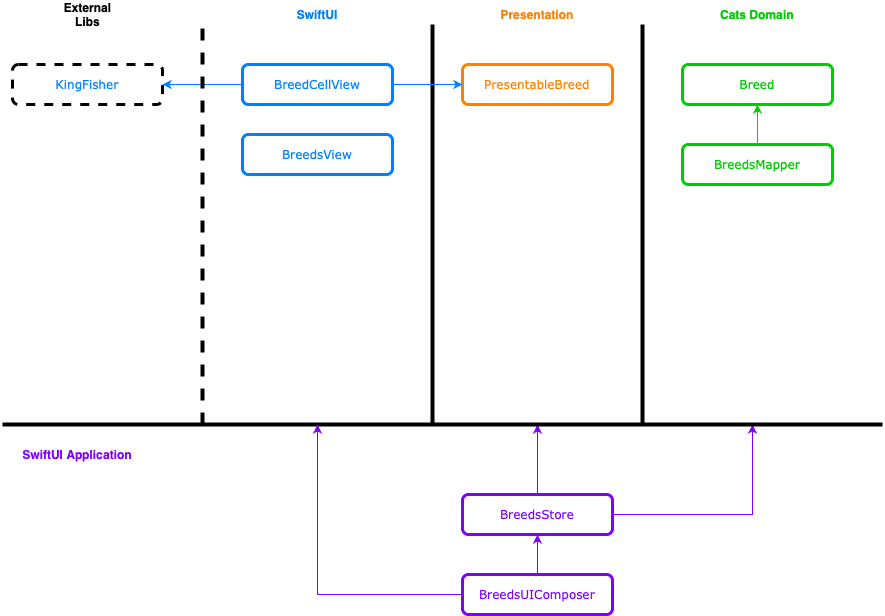
This is CatsApp.png from AlfredoHernandez/CatsApp, a draw.io export, as it was before one commit. Source tidied: cells renumbered, new cells last; positions are measured from the earlier drawing's top-left corner, leaving out a move shared by most shapes. Source of this version:
```xml
<mxGraphModel>
  <root>
    <mxCell id="0" />
    <mxCell id="1" parent="0" />
    <mxCell id="2" value="&lt;font face=&quot;Verdana&quot; color=&quot;#ff8000&quot;&gt;PresentableBreed&lt;/font&gt;" style="rounded=1;whiteSpace=wrap;html=1;fillColor=none;strokeColor=#FF8000;strokeWidth=3;" parent="1" vertex="1">
      <mxGeometry x="460" y="60" width="150" height="40" as="geometry" />
    </mxCell>
    <mxCell id="3" value="&lt;font face=&quot;Verdana&quot; color=&quot;#00cc00&quot;&gt;Breed&lt;/font&gt;" style="rounded=1;whiteSpace=wrap;html=1;strokeColor=#00CC00;fillColor=none;strokeWidth=3;" parent="1" vertex="1">
      <mxGeometry x="680" y="60" width="150" height="40" as="geometry" />
    </mxCell>
    <mxCell id="4" style="edgeStyle=orthogonalEdgeStyle;rounded=0;jettySize=auto;html=1;strokeWidth=1;strokeColor=#00CC00;" parent="1" edge="1" source="5" target="3">
      <mxGeometry relative="1" as="geometry" />
    </mxCell>
    <mxCell id="5" value="&lt;font face=&quot;Verdana&quot; color=&quot;#00cc00&quot;&gt;BreedsMapper&lt;/font&gt;" style="rounded=1;whiteSpace=wrap;html=1;strokeColor=#00CC00;fillColor=none;strokeWidth=3;" parent="1" vertex="1">
      <mxGeometry x="680" y="140" width="150" height="40" as="geometry" />
    </mxCell>
    <mxCell id="6" style="endArrow=none;html=1;strokeWidth=4;" parent="1" edge="1">
      <mxGeometry relative="1" as="geometry">
        <mxPoint x="640" y="420" as="sourcePoint" />
        <mxPoint x="640" y="20" as="targetPoint" />
      </mxGeometry>
    </mxCell>
    <mxCell id="7" style="endArrow=none;html=1;strokeWidth=4;" parent="1" edge="1">
      <mxGeometry relative="1" as="geometry">
        <mxPoint x="430" y="420" as="sourcePoint" />
        <mxPoint x="430" y="20" as="targetPoint" />
      </mxGeometry>
    </mxCell>
    <mxCell id="8" value="&lt;font face=&quot;Verdana&quot; color=&quot;#007fff&quot;&gt;BreedsView&lt;/font&gt;" style="rounded=1;whiteSpace=wrap;html=1;fillColor=none;strokeWidth=3;strokeColor=#007FFF;" parent="1" vertex="1">
      <mxGeometry x="240" y="130" width="150" height="40" as="geometry" />
    </mxCell>
    <mxCell id="9" style="edgeStyle=orthogonalEdgeStyle;rounded=0;jettySize=auto;html=1;entryX=0;entryY=0.5;entryDx=0;entryDy=0;strokeWidth=1;strokeColor=#007FFF;" parent="1" edge="1" source="11" target="2">
      <mxGeometry relative="1" as="geometry" />
    </mxCell>
    <mxCell id="10" style="edgeStyle=orthogonalEdgeStyle;rounded=0;jettySize=auto;html=1;entryX=1;entryY=0.5;entryDx=0;entryDy=0;strokeColor=#007FFF;strokeWidth=1;" parent="1" edge="1" source="11" target="16">
      <mxGeometry relative="1" as="geometry" />
    </mxCell>
    <mxCell id="11" value="&lt;font face=&quot;Verdana&quot; color=&quot;#007fff&quot;&gt;BreedCellView&lt;/font&gt;" style="rounded=1;whiteSpace=wrap;html=1;fillColor=none;strokeWidth=3;strokeColor=#007FFF;" parent="1" vertex="1">
      <mxGeometry x="240" y="60" width="150" height="40" as="geometry" />
    </mxCell>
    <mxCell id="12" style="edgeStyle=orthogonalEdgeStyle;rounded=0;jettySize=auto;html=1;strokeColor=#7F00FF;strokeWidth=1;" parent="1" edge="1" source="14">
      <mxGeometry relative="1" as="geometry">
        <mxPoint x="750" y="420" as="targetPoint" />
      </mxGeometry>
    </mxCell>
    <mxCell id="13" style="edgeStyle=orthogonalEdgeStyle;rounded=0;jettySize=auto;html=1;strokeColor=#7F00FF;strokeWidth=1;" parent="1" edge="1" source="14">
      <mxGeometry relative="1" as="geometry">
        <mxPoint x="535" y="420" as="targetPoint" />
      </mxGeometry>
    </mxCell>
    <mxCell id="14" value="&lt;font face=&quot;Verdana&quot; color=&quot;#7f00ff&quot;&gt;BreedsStore&lt;/font&gt;" style="rounded=1;whiteSpace=wrap;html=1;fillColor=none;strokeWidth=3;strokeColor=#7F00FF;" parent="1" vertex="1">
      <mxGeometry x="460" y="490" width="150" height="40" as="geometry" />
    </mxCell>
    <mxCell id="15" style="endArrow=none;html=1;strokeWidth=4;dashed=1;" parent="1" edge="1">
      <mxGeometry relative="1" as="geometry">
        <mxPoint x="200" y="420" as="sourcePoint" />
        <mxPoint x="200" y="20" as="targetPoint" />
      </mxGeometry>
    </mxCell>
    <mxCell id="16" value="&lt;font color=&quot;#007fff&quot; face=&quot;Verdana&quot;&gt;&lt;span&gt;KingFisher&lt;/span&gt;&lt;/font&gt;" style="rounded=1;whiteSpace=wrap;html=1;fillColor=none;strokeWidth=3;dashed=1;" parent="1" vertex="1">
      <mxGeometry x="10" y="60" width="150" height="40" as="geometry" />
    </mxCell>
    <mxCell id="17" value="&lt;font color=&quot;#007fff&quot;&gt;&lt;b&gt;SwiftUI&lt;/b&gt;&lt;/font&gt;" style="text;html=1;strokeColor=none;fillColor=none;align=center;verticalAlign=middle;whiteSpace=wrap;rounded=0;dashed=1;" parent="1" vertex="1">
      <mxGeometry x="295" width="40" height="20" as="geometry" />
    </mxCell>
    <mxCell id="18" value="&lt;b&gt;&lt;font color=&quot;#ff8000&quot;&gt;Presentation&lt;/font&gt;&lt;/b&gt;" style="text;html=1;strokeColor=none;fillColor=none;align=center;verticalAlign=middle;whiteSpace=wrap;rounded=0;dashed=1;" parent="1" vertex="1">
      <mxGeometry x="515" width="40" height="20" as="geometry" />
    </mxCell>
    <mxCell id="19" value="&lt;font color=&quot;#00cc00&quot;&gt;&lt;b&gt;Cats Domain&lt;/b&gt;&lt;/font&gt;" style="text;html=1;strokeColor=none;fillColor=none;align=center;verticalAlign=middle;whiteSpace=wrap;rounded=0;dashed=1;" parent="1" vertex="1">
      <mxGeometry x="700" width="110" height="20" as="geometry" />
    </mxCell>
    <mxCell id="20" style="endArrow=none;html=1;strokeWidth=4;" parent="1" edge="1">
      <mxGeometry relative="1" as="geometry">
        <mxPoint x="880" y="420" as="sourcePoint" />
        <mxPoint y="420" as="targetPoint" />
      </mxGeometry>
    </mxCell>
    <mxCell id="21" value="&lt;b&gt;&lt;font color=&quot;#7f00ff&quot;&gt;SwiftUI Application&lt;/font&gt;&lt;/b&gt;" style="text;html=1;strokeColor=none;fillColor=none;align=center;verticalAlign=middle;whiteSpace=wrap;rounded=0;dashed=1;" parent="1" vertex="1">
      <mxGeometry y="440" width="150" height="20" as="geometry" />
    </mxCell>
    <mxCell id="22" style="edgeStyle=orthogonalEdgeStyle;rounded=0;jettySize=auto;html=1;entryX=0.5;entryY=1;entryDx=0;entryDy=0;strokeWidth=1;exitX=0.5;exitY=0;exitDx=0;exitDy=0;strokeColor=#7F00FF;" parent="1" edge="1" source="24" target="14">
      <mxGeometry relative="1" as="geometry" />
    </mxCell>
    <mxCell id="23" style="edgeStyle=orthogonalEdgeStyle;rounded=0;jettySize=auto;html=1;strokeColor=#7F00FF;strokeWidth=1;exitX=0;exitY=0.5;exitDx=0;exitDy=0;" parent="1" edge="1" source="24">
      <mxGeometry relative="1" as="geometry">
        <mxPoint x="315" y="420" as="targetPoint" />
      </mxGeometry>
    </mxCell>
    <mxCell id="24" value="&lt;font face=&quot;Verdana&quot; color=&quot;#7f00ff&quot;&gt;BreedsUIComposer&lt;/font&gt;" style="rounded=1;whiteSpace=wrap;html=1;fillColor=none;strokeWidth=3;strokeColor=#7F00FF;" parent="1" vertex="1">
      <mxGeometry x="460" y="570" width="150" height="40" as="geometry" />
    </mxCell>
    <mxCell id="25" value="&lt;b&gt;External Libs&lt;/b&gt;" style="text;html=1;strokeColor=none;fillColor=none;align=center;verticalAlign=middle;whiteSpace=wrap;rounded=0;dashed=1;" parent="1" vertex="1">
      <mxGeometry x="67.5" width="35" height="20" as="geometry" />
    </mxCell>
  </root>
</mxGraphModel>
```
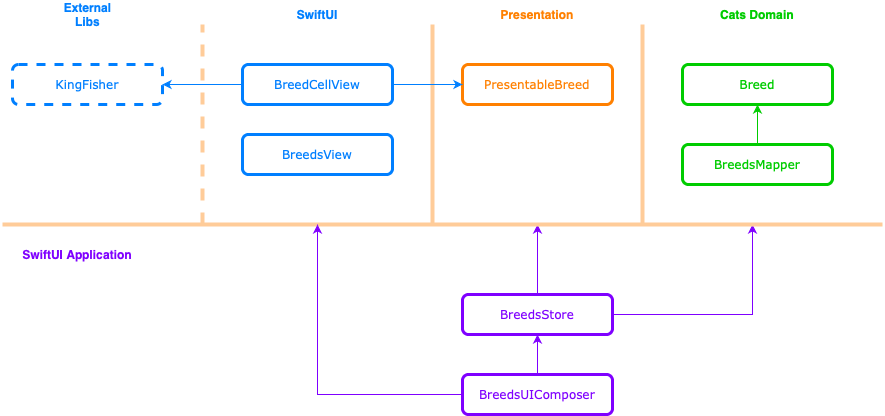
After the commit.

Commit message:
Update app diagram

Change to the diagram source:
```diff
@@ -14,15 +14,15 @@
     <mxCell id="5" value="&lt;font face=&quot;Verdana&quot; color=&quot;#00cc00&quot;&gt;BreedsMapper&lt;/font&gt;" style="rounded=1;whiteSpace=wrap;html=1;strokeColor=#00CC00;fillColor=none;strokeWidth=3;" parent="1" vertex="1">
       <mxGeometry x="680" y="140" width="150" height="40" as="geometry" />
     </mxCell>
-    <mxCell id="6" style="endArrow=none;html=1;strokeWidth=4;" parent="1" edge="1">
+    <mxCell id="6" style="endArrow=none;html=1;strokeWidth=4;strokeColor=#FFCC99;" parent="1" edge="1">
       <mxGeometry relative="1" as="geometry">
-        <mxPoint x="640" y="420" as="sourcePoint" />
+        <mxPoint x="640" y="220" as="sourcePoint" />
         <mxPoint x="640" y="20" as="targetPoint" />
       </mxGeometry>
     </mxCell>
-    <mxCell id="7" style="endArrow=none;html=1;strokeWidth=4;" parent="1" edge="1">
+    <mxCell id="7" style="endArrow=none;html=1;strokeWidth=4;strokeColor=#FFCC99;" parent="1" edge="1">
       <mxGeometry relative="1" as="geometry">
-        <mxPoint x="430" y="420" as="sourcePoint" />
+        <mxPoint x="430" y="220" as="sourcePoint" />
         <mxPoint x="430" y="20" as="targetPoint" />
       </mxGeometry>
     </mxCell>
@@ -40,24 +40,24 @@
     </mxCell>
     <mxCell id="12" style="edgeStyle=orthogonalEdgeStyle;rounded=0;jettySize=auto;html=1;strokeColor=#7F00FF;strokeWidth=1;" parent="1" edge="1" source="14">
       <mxGeometry relative="1" as="geometry">
-        <mxPoint x="750" y="420" as="targetPoint" />
+        <mxPoint x="750" y="220" as="targetPoint" />
       </mxGeometry>
     </mxCell>
     <mxCell id="13" style="edgeStyle=orthogonalEdgeStyle;rounded=0;jettySize=auto;html=1;strokeColor=#7F00FF;strokeWidth=1;" parent="1" edge="1" source="14">
       <mxGeometry relative="1" as="geometry">
-        <mxPoint x="535" y="420" as="targetPoint" />
+        <mxPoint x="535" y="220" as="targetPoint" />
       </mxGeometry>
     </mxCell>
     <mxCell id="14" value="&lt;font face=&quot;Verdana&quot; color=&quot;#7f00ff&quot;&gt;BreedsStore&lt;/font&gt;" style="rounded=1;whiteSpace=wrap;html=1;fillColor=none;strokeWidth=3;strokeColor=#7F00FF;" parent="1" vertex="1">
-      <mxGeometry x="460" y="490" width="150" height="40" as="geometry" />
+      <mxGeometry x="460" y="290" width="150" height="40" as="geometry" />
     </mxCell>
-    <mxCell id="15" style="endArrow=none;html=1;strokeWidth=4;dashed=1;" parent="1" edge="1">
+    <mxCell id="15" style="endArrow=none;html=1;strokeWidth=4;dashed=1;strokeColor=#FFCC99;" parent="1" edge="1">
       <mxGeometry relative="1" as="geometry">
-        <mxPoint x="200" y="420" as="sourcePoint" />
+        <mxPoint x="200" y="220" as="sourcePoint" />
         <mxPoint x="200" y="20" as="targetPoint" />
       </mxGeometry>
     </mxCell>
-    <mxCell id="16" value="&lt;font color=&quot;#007fff&quot; face=&quot;Verdana&quot;&gt;&lt;span&gt;KingFisher&lt;/span&gt;&lt;/font&gt;" style="rounded=1;whiteSpace=wrap;html=1;fillColor=none;strokeWidth=3;dashed=1;" parent="1" vertex="1">
+    <mxCell id="16" value="&lt;font color=&quot;#007fff&quot; face=&quot;Verdana&quot;&gt;&lt;span&gt;KingFisher&lt;/span&gt;&lt;/font&gt;" style="rounded=1;whiteSpace=wrap;html=1;fillColor=none;strokeWidth=3;dashed=1;strokeColor=#007FFF;" parent="1" vertex="1">
       <mxGeometry x="10" y="60" width="150" height="40" as="geometry" />
     </mxCell>
     <mxCell id="17" value="&lt;font color=&quot;#007fff&quot;&gt;&lt;b&gt;SwiftUI&lt;/b&gt;&lt;/font&gt;" style="text;html=1;strokeColor=none;fillColor=none;align=center;verticalAlign=middle;whiteSpace=wrap;rounded=0;dashed=1;" parent="1" vertex="1">
@@ -69,27 +69,27 @@
     <mxCell id="19" value="&lt;font color=&quot;#00cc00&quot;&gt;&lt;b&gt;Cats Domain&lt;/b&gt;&lt;/font&gt;" style="text;html=1;strokeColor=none;fillColor=none;align=center;verticalAlign=middle;whiteSpace=wrap;rounded=0;dashed=1;" parent="1" vertex="1">
       <mxGeometry x="700" width="110" height="20" as="geometry" />
     </mxCell>
-    <mxCell id="20" style="endArrow=none;html=1;strokeWidth=4;" parent="1" edge="1">
+    <mxCell id="20" style="endArrow=none;html=1;strokeWidth=4;strokeColor=#FFCC99;" parent="1" edge="1">
       <mxGeometry relative="1" as="geometry">
-        <mxPoint x="880" y="420" as="sourcePoint" />
-        <mxPoint y="420" as="targetPoint" />
+        <mxPoint x="880" y="220" as="sourcePoint" />
+        <mxPoint y="220" as="targetPoint" />
       </mxGeometry>
     </mxCell>
     <mxCell id="21" value="&lt;b&gt;&lt;font color=&quot;#7f00ff&quot;&gt;SwiftUI Application&lt;/font&gt;&lt;/b&gt;" style="text;html=1;strokeColor=none;fillColor=none;align=center;verticalAlign=middle;whiteSpace=wrap;rounded=0;dashed=1;" parent="1" vertex="1">
-      <mxGeometry y="440" width="150" height="20" as="geometry" />
+      <mxGeometry y="240" width="150" height="20" as="geometry" />
     </mxCell>
     <mxCell id="22" style="edgeStyle=orthogonalEdgeStyle;rounded=0;jettySize=auto;html=1;entryX=0.5;entryY=1;entryDx=0;entryDy=0;strokeWidth=1;exitX=0.5;exitY=0;exitDx=0;exitDy=0;strokeColor=#7F00FF;" parent="1" edge="1" source="24" target="14">
       <mxGeometry relative="1" as="geometry" />
     </mxCell>
     <mxCell id="23" style="edgeStyle=orthogonalEdgeStyle;rounded=0;jettySize=auto;html=1;strokeColor=#7F00FF;strokeWidth=1;exitX=0;exitY=0.5;exitDx=0;exitDy=0;" parent="1" edge="1" source="24">
       <mxGeometry relative="1" as="geometry">
-        <mxPoint x="315" y="420" as="targetPoint" />
+        <mxPoint x="315" y="220" as="targetPoint" />
       </mxGeometry>
     </mxCell>
     <mxCell id="24" value="&lt;font face=&quot;Verdana&quot; color=&quot;#7f00ff&quot;&gt;BreedsUIComposer&lt;/font&gt;" style="rounded=1;whiteSpace=wrap;html=1;fillColor=none;strokeWidth=3;strokeColor=#7F00FF;" parent="1" vertex="1">
-      <mxGeometry x="460" y="570" width="150" height="40" as="geometry" />
+      <mxGeometry x="460" y="370" width="150" height="40" as="geometry" />
     </mxCell>
-    <mxCell id="25" value="&lt;b&gt;External Libs&lt;/b&gt;" style="text;html=1;strokeColor=none;fillColor=none;align=center;verticalAlign=middle;whiteSpace=wrap;rounded=0;dashed=1;" parent="1" vertex="1">
+    <mxCell id="25" value="&lt;b&gt;&lt;font color=&quot;#007fff&quot;&gt;External Libs&lt;/font&gt;&lt;/b&gt;" style="text;html=1;strokeColor=none;fillColor=none;align=center;verticalAlign=middle;whiteSpace=wrap;rounded=0;dashed=1;" parent="1" vertex="1">
       <mxGeometry x="67.5" width="35" height="20" as="geometry" />
     </mxCell>
   </root>
```
